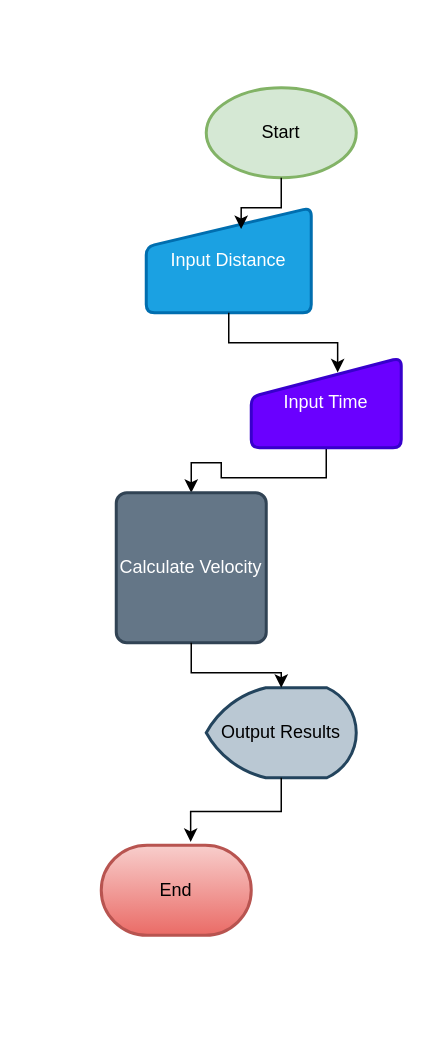
Earlier version of the draw.io diagram Diagrama sin título.drawio (ExemPR/ExemPR.github.io). Source tidied: cells renumbered, new cells numbered last; positions are measured from the earlier drawing's top-left corner, leaving out a move shared by most shapes. Both pictures are drawn from the tidied source at 150%, with x=0, y=0 at pixel (100, 87).
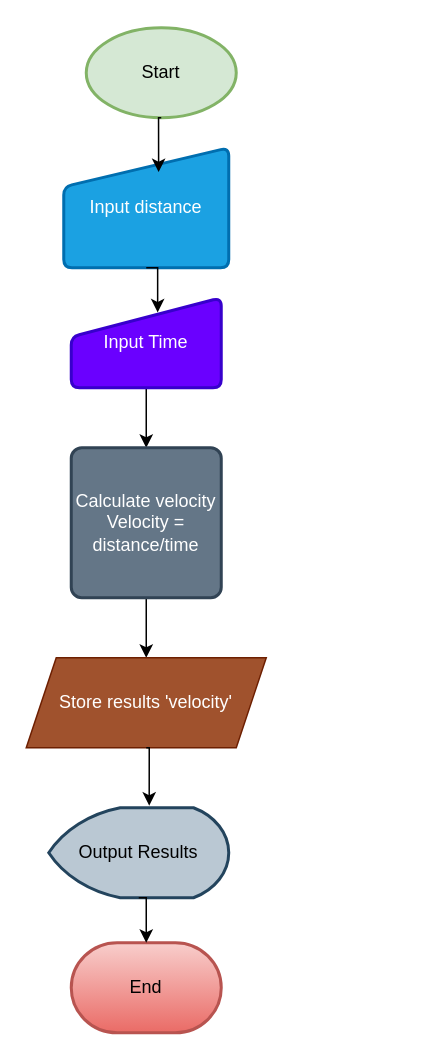
The same diagram, later.

What changed in the source:
```diff
@@
 <mxGraphModel>
   <root>
     <mxCell id="0" />
     <mxCell id="1" parent="0" />
     <mxCell id="2" style="edgeStyle=orthogonalEdgeStyle;rounded=0;jettySize=auto;html=1;exitX=0.5;exitY=1;exitDx=0;exitDy=0;entryX=0.5;entryY=0;entryDx=0;entryDy=0;" parent="1" edge="1" source="3" target="6">
       <mxGeometry relative="1" as="geometry" />
     </mxCell>
     <mxCell id="3" value="Input Time" style="html=1;strokeWidth=2;shape=manualInput;whiteSpace=wrap;rounded=1;size=26;arcSize=11;fillColor=#6a00ff;fontColor=#ffffff;strokeColor=#3700CC;" parent="1" vertex="1">
-      <mxGeometry x="100" y="180" width="100" height="60" as="geometry" />
+      <mxGeometry x="-20" y="140" width="100" height="60" as="geometry" />
     </mxCell>
     <mxCell id="4" value="Start" style="strokeWidth=2;shape=mxgraph.flowchart.start_1;fillColor=#d5e8d4;strokeColor=#82b366;whiteSpace=wrap;align=center;html=1;" parent="1" vertex="1">
-      <mxGeometry x="70" width="100" height="60" as="geometry" />
+      <mxGeometry x="-10" y="-40" width="100" height="60" as="geometry" />
     </mxCell>
-    <mxCell id="5" value="Input Distance" style="html=1;strokeWidth=2;shape=manualInput;whiteSpace=wrap;rounded=1;size=26;arcSize=11;fillColor=#1ba1e2;strokeColor=#006EAF;align=center;verticalAlign=middle;fontColor=#ffffff;" parent="1" vertex="1">
-      <mxGeometry x="30" y="80" width="110" height="70" as="geometry" />
+    <mxCell id="5" value="Input distance" style="html=1;strokeWidth=2;shape=manualInput;whiteSpace=wrap;rounded=1;size=26;arcSize=11;fillColor=#1ba1e2;strokeColor=#006EAF;align=center;verticalAlign=middle;fontColor=#ffffff;" parent="1" vertex="1">
+      <mxGeometry x="-25" y="40" width="110" height="80" as="geometry" />
     </mxCell>
+    <mxCell id="13" style="edgeStyle=orthogonalEdgeStyle;rounded=0;jettySize=auto;html=1;exitX=0.5;exitY=1;exitDx=0;exitDy=0;entryX=0.5;entryY=0;entryDx=0;entryDy=0;" parent="1" edge="1" source="6" target="15">
+      <mxGeometry relative="1" as="geometry" />
+    </mxCell>
-    <mxCell id="6" value="Calculate Velocity" style="rounded=1;whiteSpace=wrap;html=1;absoluteArcSize=1;arcSize=14;strokeWidth=2;fillColor=#647687;fontColor=#ffffff;strokeColor=#314354;" parent="1" vertex="1">
-      <mxGeometry x="10" y="270" width="100" height="100" as="geometry" />
+    <mxCell id="6" value="Calculate velocity&lt;br&gt;Velocity = distance/time" style="rounded=1;whiteSpace=wrap;html=1;absoluteArcSize=1;arcSize=14;strokeWidth=2;fillColor=#647687;fontColor=#ffffff;strokeColor=#314354;" parent="1" vertex="1">
+      <mxGeometry x="-20" y="240" width="100" height="100" as="geometry" />
     </mxCell>
     <mxCell id="7" value="Output Results" style="strokeWidth=2;html=1;shape=mxgraph.flowchart.display;whiteSpace=wrap;fillColor=#bac8d3;strokeColor=#23445d;" parent="1" vertex="1">
-      <mxGeometry x="70" y="400" width="100" height="60" as="geometry" />
+      <mxGeometry x="-35" y="480" width="120" height="60" as="geometry" />
     </mxCell>
     <mxCell id="8" value="End" style="strokeWidth=2;html=1;shape=mxgraph.flowchart.terminator;whiteSpace=wrap;fillColor=#f8cecc;gradientColor=#ea6b66;strokeColor=#b85450;" parent="1" vertex="1">
-      <mxGeometry y="505" width="100" height="60" as="geometry" />
+      <mxGeometry x="-20" y="570" width="100" height="60" as="geometry" />
     </mxCell>
     <mxCell id="9" style="edgeStyle=orthogonalEdgeStyle;rounded=0;jettySize=auto;html=1;exitX=0.5;exitY=1;exitDx=0;exitDy=0;exitPerimeter=0;entryX=0.575;entryY=0.203;entryDx=0;entryDy=0;entryPerimeter=0;" parent="1" edge="1" source="4" target="5">
       <mxGeometry relative="1" as="geometry" />
     </mxCell>
     <mxCell id="10" style="edgeStyle=orthogonalEdgeStyle;rounded=0;jettySize=auto;html=1;exitX=0.5;exitY=1;exitDx=0;exitDy=0;entryX=0.576;entryY=0.163;entryDx=0;entryDy=0;entryPerimeter=0;" parent="1" edge="1" source="5" target="3">
       <mxGeometry relative="1" as="geometry" />
     </mxCell>
-    <mxCell id="11" style="edgeStyle=orthogonalEdgeStyle;rounded=0;jettySize=auto;html=1;exitX=0.5;exitY=1;exitDx=0;exitDy=0;entryX=0.5;entryY=0;entryDx=0;entryDy=0;entryPerimeter=0;" parent="1" edge="1" source="6" target="7">
-      <mxGeometry relative="1" as="geometry" />
-    </mxCell>
+    <mxCell id="14" style="edgeStyle=orthogonalEdgeStyle;rounded=0;jettySize=auto;html=1;exitX=0.5;exitY=0;exitDx=0;exitDy=0;" parent="1" edge="1" source="15">
+      <mxGeometry relative="1" as="geometry">
+        <mxPoint x="30" y="380" as="targetPoint" />
+      </mxGeometry>
+    </mxCell>
+    <mxCell id="15" value="Store results 'velocity'" style="shape=parallelogram;perimeter=parallelogramPerimeter;whiteSpace=wrap;html=1;fixedSize=1;fillColor=#a0522d;fontColor=#ffffff;strokeColor=#6D1F00;" parent="1" vertex="1">
+      <mxGeometry x="-50" y="380" width="160" height="60" as="geometry" />
+    </mxCell>
+    <mxCell id="16" style="edgeStyle=orthogonalEdgeStyle;rounded=0;jettySize=auto;html=1;exitX=0.5;exitY=1;exitDx=0;exitDy=0;entryX=0.558;entryY=-0.023;entryDx=0;entryDy=0;entryPerimeter=0;" parent="1" edge="1" source="15" target="7">
+      <mxGeometry relative="1" as="geometry" />
+    </mxCell>
-    <mxCell id="12" style="edgeStyle=orthogonalEdgeStyle;rounded=0;jettySize=auto;html=1;exitX=0.5;exitY=1;exitDx=0;exitDy=0;exitPerimeter=0;entryX=0.596;entryY=-0.037;entryDx=0;entryDy=0;entryPerimeter=0;" parent="1" edge="1" source="7" target="8">
+    <mxCell id="12" style="edgeStyle=orthogonalEdgeStyle;rounded=0;jettySize=auto;html=1;exitX=0.5;exitY=1;exitDx=0;exitDy=0;exitPerimeter=0;entryX=0.5;entryY=0;entryDx=0;entryDy=0;entryPerimeter=0;" parent="1" edge="1" source="7" target="8">
       <mxGeometry relative="1" as="geometry" />
     </mxCell>
   </root>
 </mxGraphModel>
```
